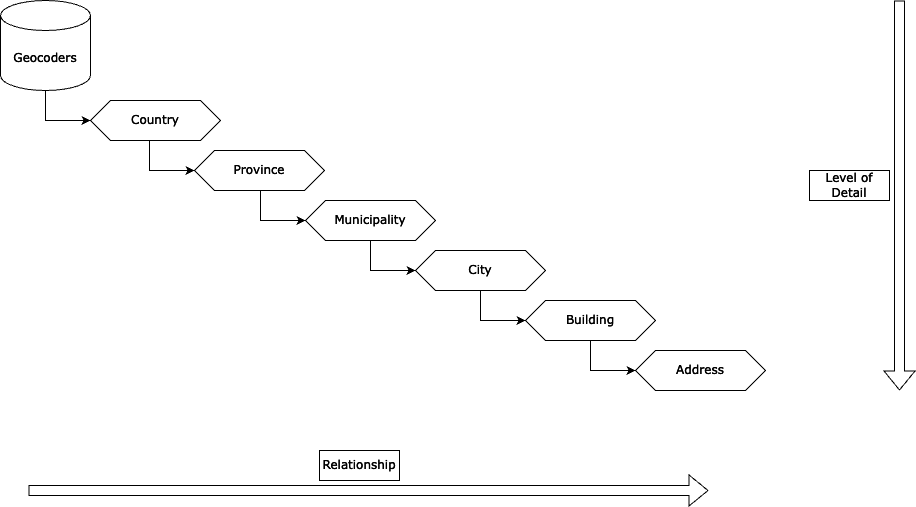
geocoders-io/documentation keeps this draw.io diagram as images/data-model-light.png. Above is the earlier version. Source tidied: cells renumbered, new cells last; positions are measured from the earlier drawing's top-left corner, leaving out a move shared by most shapes.
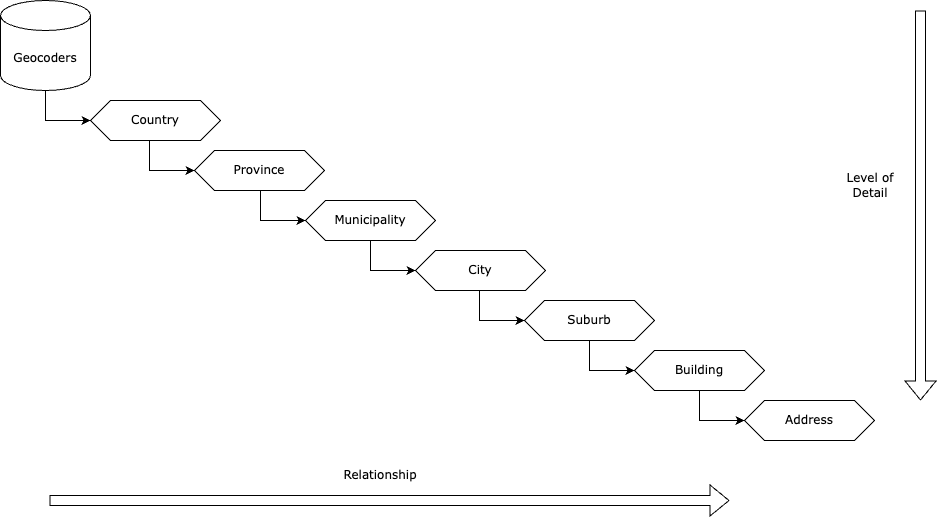
Later version of the same file.

What changed in the source:
```diff
@@ -2,91 +2,102 @@
   <root>
     <mxCell id="0" />
     <mxCell id="1" parent="0" />
-    <mxCell id="2" value="&lt;font face=&quot;Verdana&quot;&gt;Geocoders&lt;/font&gt;" style="shape=cylinder3;whiteSpace=wrap;html=1;boundedLbl=1;backgroundOutline=1;size=15;fillColor=none;strokeColor=#FFFFFF;fontColor=#FFFFFF;" parent="1" vertex="1">
+    <mxCell id="2" value="&lt;font face=&quot;Verdana&quot;&gt;Geocoders&lt;/font&gt;" style="shape=cylinder3;whiteSpace=wrap;html=1;boundedLbl=1;backgroundOutline=1;size=15;fillColor=none;" parent="1" vertex="1">
       <mxGeometry width="90" height="90" as="geometry" />
     </mxCell>
-    <mxCell id="3" value="&lt;font face=&quot;Verdana&quot;&gt;Country&lt;/font&gt;" style="shape=hexagon;perimeter=hexagonPerimeter2;whiteSpace=wrap;html=1;fixedSize=1;fillColor=none;strokeColor=#FFFFFF;fontColor=#FFFFFF;" parent="1" vertex="1">
+    <mxCell id="3" value="&lt;font face=&quot;Verdana&quot;&gt;Country&lt;/font&gt;" style="shape=hexagon;perimeter=hexagonPerimeter2;whiteSpace=wrap;html=1;fixedSize=1;fillColor=none;" parent="1" vertex="1">
       <mxGeometry x="90" y="100" width="130" height="40" as="geometry" />
     </mxCell>
-    <mxCell id="4" style="endArrow=classic;html=1;rounded=0;exitX=0.5;exitY=1;exitDx=0;exitDy=0;exitPerimeter=0;entryX=0;entryY=0.5;entryDx=0;entryDy=0;strokeColor=#FFFFFF;fontColor=#FFFFFF;" parent="1" edge="1" source="2" target="3">
+    <mxCell id="4" style="endArrow=classic;html=1;rounded=0;exitX=0.5;exitY=1;exitDx=0;exitDy=0;exitPerimeter=0;entryX=0;entryY=0.5;entryDx=0;entryDy=0;" parent="1" edge="1" source="2" target="3">
       <mxGeometry relative="1" as="geometry">
         <Array as="points">
           <mxPoint x="45" y="120" />
         </Array>
       </mxGeometry>
     </mxCell>
-    <mxCell id="5" value="&lt;font face=&quot;Verdana&quot;&gt;Province&lt;/font&gt;" style="shape=hexagon;perimeter=hexagonPerimeter2;whiteSpace=wrap;html=1;fixedSize=1;fillColor=none;strokeColor=#FFFFFF;fontColor=#FFFFFF;" parent="1" vertex="1">
+    <mxCell id="5" value="&lt;font face=&quot;Verdana&quot;&gt;Province&lt;/font&gt;" style="shape=hexagon;perimeter=hexagonPerimeter2;whiteSpace=wrap;html=1;fixedSize=1;fillColor=none;" parent="1" vertex="1">
       <mxGeometry x="194" y="150" width="130" height="40" as="geometry" />
     </mxCell>
-    <mxCell id="6" style="endArrow=classic;html=1;rounded=0;exitX=0.5;exitY=1;exitDx=0;exitDy=0;exitPerimeter=0;entryX=0;entryY=0.5;entryDx=0;entryDy=0;strokeColor=#FFFFFF;fontColor=#FFFFFF;" parent="1" edge="1" target="5">
-      <mxGeometry relative="1" as="geometry">
-        <mxPoint x="149" y="140" as="sourcePoint" />
-        <Array as="points">
-          <mxPoint x="149" y="170" />
-        </Array>
-      </mxGeometry>
-    </mxCell>
+    <mxCell id="19" style="endArrow=classic;html=1;rounded=0;exitX=0.5;exitY=1;exitDx=0;exitDy=0;exitPerimeter=0;entryX=0;entryY=0.5;entryDx=0;entryDy=0;" parent="1" edge="1" target="5">
+      <mxGeometry relative="1" as="geometry">
+        <mxPoint x="149" y="140" as="sourcePoint" />
+        <Array as="points">
+          <mxPoint x="149" y="170" />
+        </Array>
+      </mxGeometry>
+    </mxCell>
-    <mxCell id="7" value="&lt;font face=&quot;Verdana&quot;&gt;Municipality&lt;/font&gt;" style="shape=hexagon;perimeter=hexagonPerimeter2;whiteSpace=wrap;html=1;fixedSize=1;fillColor=none;strokeColor=#FFFFFF;fontColor=#FFFFFF;" parent="1" vertex="1">
+    <mxCell id="7" value="&lt;font face=&quot;Verdana&quot;&gt;Municipality&lt;/font&gt;" style="shape=hexagon;perimeter=hexagonPerimeter2;whiteSpace=wrap;html=1;fixedSize=1;fillColor=none;" parent="1" vertex="1">
       <mxGeometry x="305" y="200" width="130" height="40" as="geometry" />
     </mxCell>
-    <mxCell id="8" style="endArrow=classic;html=1;rounded=0;exitX=0.5;exitY=1;exitDx=0;exitDy=0;exitPerimeter=0;entryX=0;entryY=0.5;entryDx=0;entryDy=0;strokeColor=#FFFFFF;fontColor=#FFFFFF;" parent="1" edge="1" target="7">
-      <mxGeometry relative="1" as="geometry">
-        <mxPoint x="260" y="190" as="sourcePoint" />
-        <Array as="points">
-          <mxPoint x="260" y="220" />
-        </Array>
-      </mxGeometry>
-    </mxCell>
+    <mxCell id="20" style="endArrow=classic;html=1;rounded=0;exitX=0.5;exitY=1;exitDx=0;exitDy=0;exitPerimeter=0;entryX=0;entryY=0.5;entryDx=0;entryDy=0;" parent="1" edge="1" target="7">
+      <mxGeometry relative="1" as="geometry">
+        <mxPoint x="260" y="190" as="sourcePoint" />
+        <Array as="points">
+          <mxPoint x="260" y="220" />
+        </Array>
+      </mxGeometry>
+    </mxCell>
-    <mxCell id="9" value="&lt;font face=&quot;Verdana&quot;&gt;City&lt;/font&gt;" style="shape=hexagon;perimeter=hexagonPerimeter2;whiteSpace=wrap;html=1;fixedSize=1;fillColor=none;strokeColor=#FFFFFF;fontColor=#FFFFFF;" parent="1" vertex="1">
+    <mxCell id="9" value="&lt;font face=&quot;Verdana&quot;&gt;City&lt;/font&gt;" style="shape=hexagon;perimeter=hexagonPerimeter2;whiteSpace=wrap;html=1;fixedSize=1;fillColor=none;" parent="1" vertex="1">
       <mxGeometry x="415" y="250" width="130" height="40" as="geometry" />
     </mxCell>
-    <mxCell id="10" style="endArrow=classic;html=1;rounded=0;exitX=0.5;exitY=1;exitDx=0;exitDy=0;exitPerimeter=0;entryX=0;entryY=0.5;entryDx=0;entryDy=0;strokeColor=#FFFFFF;fontColor=#FFFFFF;" parent="1" edge="1" target="9">
-      <mxGeometry relative="1" as="geometry">
-        <mxPoint x="370" y="240" as="sourcePoint" />
-        <Array as="points">
-          <mxPoint x="370" y="270" />
-        </Array>
-      </mxGeometry>
-    </mxCell>
+    <mxCell id="21" style="endArrow=classic;html=1;rounded=0;exitX=0.5;exitY=1;exitDx=0;exitDy=0;exitPerimeter=0;entryX=0;entryY=0.5;entryDx=0;entryDy=0;" parent="1" edge="1" target="9">
+      <mxGeometry relative="1" as="geometry">
+        <mxPoint x="370" y="240" as="sourcePoint" />
+        <Array as="points">
+          <mxPoint x="370" y="270" />
+        </Array>
+      </mxGeometry>
+    </mxCell>
-    <mxCell id="11" value="&lt;font face=&quot;Verdana&quot;&gt;Building&lt;/font&gt;" style="shape=hexagon;perimeter=hexagonPerimeter2;whiteSpace=wrap;html=1;fixedSize=1;fillColor=none;strokeColor=#FFFFFF;fontColor=#FFFFFF;" parent="1" vertex="1">
-      <mxGeometry x="525" y="300" width="130" height="40" as="geometry" />
+    <mxCell id="11" value="&lt;font face=&quot;Verdana&quot;&gt;Building&lt;/font&gt;" style="shape=hexagon;perimeter=hexagonPerimeter2;whiteSpace=wrap;html=1;fixedSize=1;fillColor=none;" parent="1" vertex="1">
+      <mxGeometry x="634" y="350" width="130" height="40" as="geometry" />
     </mxCell>
-    <mxCell id="12" style="endArrow=classic;html=1;rounded=0;exitX=0.5;exitY=1;exitDx=0;exitDy=0;exitPerimeter=0;entryX=0;entryY=0.5;entryDx=0;entryDy=0;strokeColor=#FFFFFF;fontColor=#FFFFFF;" parent="1" edge="1" target="11">
-      <mxGeometry relative="1" as="geometry">
-        <mxPoint x="480" y="290" as="sourcePoint" />
-        <Array as="points">
-          <mxPoint x="480" y="320" />
-        </Array>
-      </mxGeometry>
-    </mxCell>
+    <mxCell id="22" style="endArrow=classic;html=1;rounded=0;exitX=0.5;exitY=1;exitDx=0;exitDy=0;exitPerimeter=0;entryX=0;entryY=0.5;entryDx=0;entryDy=0;" parent="1" edge="1" target="11">
+      <mxGeometry relative="1" as="geometry">
+        <mxPoint x="589" y="340" as="sourcePoint" />
+        <Array as="points">
+          <mxPoint x="589" y="370" />
+        </Array>
+      </mxGeometry>
+    </mxCell>
-    <mxCell id="13" value="&lt;font face=&quot;Verdana&quot;&gt;Address&lt;/font&gt;" style="shape=hexagon;perimeter=hexagonPerimeter2;whiteSpace=wrap;html=1;fixedSize=1;fillColor=none;strokeColor=#FFFFFF;fontColor=#FFFFFF;" parent="1" vertex="1">
-      <mxGeometry x="635" y="350" width="130" height="40" as="geometry" />
+    <mxCell id="13" value="&lt;font face=&quot;Verdana&quot;&gt;Address&lt;/font&gt;" style="shape=hexagon;perimeter=hexagonPerimeter2;whiteSpace=wrap;html=1;fixedSize=1;fillColor=none;" parent="1" vertex="1">
+      <mxGeometry x="744" y="400" width="130" height="40" as="geometry" />
     </mxCell>
-    <mxCell id="14" style="endArrow=classic;html=1;rounded=0;exitX=0.5;exitY=1;exitDx=0;exitDy=0;exitPerimeter=0;entryX=0;entryY=0.5;entryDx=0;entryDy=0;strokeColor=#FFFFFF;fontColor=#FFFFFF;" parent="1" edge="1" target="13">
-      <mxGeometry relative="1" as="geometry">
-        <mxPoint x="590" y="340" as="sourcePoint" />
-        <Array as="points">
-          <mxPoint x="590" y="370" />
-        </Array>
-      </mxGeometry>
-    </mxCell>
-    <mxCell id="15" style="shape=flexArrow;endArrow=classic;html=1;rounded=0;strokeColor=#FFFFFF;fontColor=#FFFFFF;" parent="1" edge="1">
-      <mxGeometry relative="1" as="geometry">
-        <mxPoint x="28" y="490" as="sourcePoint" />
-        <mxPoint x="708" y="490" as="targetPoint" />
-      </mxGeometry>
-    </mxCell>
+    <mxCell id="23" style="endArrow=classic;html=1;rounded=0;exitX=0.5;exitY=1;exitDx=0;exitDy=0;exitPerimeter=0;entryX=0;entryY=0.5;entryDx=0;entryDy=0;" parent="1" edge="1" target="13">
+      <mxGeometry relative="1" as="geometry">
+        <mxPoint x="699" y="390" as="sourcePoint" />
+        <Array as="points">
+          <mxPoint x="699" y="420" />
+        </Array>
+      </mxGeometry>
+    </mxCell>
+    <mxCell id="24" style="shape=flexArrow;endArrow=classic;html=1;rounded=0;" parent="1" edge="1">
+      <mxGeometry relative="1" as="geometry">
+        <mxPoint x="49" y="500" as="sourcePoint" />
+        <mxPoint x="729" y="500" as="targetPoint" />
+      </mxGeometry>
+    </mxCell>
-    <mxCell id="16" value="&lt;font face=&quot;Verdana&quot;&gt;Relationship&lt;/font&gt;" style="text;html=1;align=center;verticalAlign=middle;whiteSpace=wrap;rounded=0;strokeColor=#FFFFFF;fontColor=#FFFFFF;" parent="1" vertex="1">
-      <mxGeometry x="319" y="450" width="80" height="30" as="geometry" />
+    <mxCell id="16" value="&lt;font face=&quot;Verdana&quot;&gt;Relationship&lt;/font&gt;" style="text;html=1;align=center;verticalAlign=middle;whiteSpace=wrap;rounded=0;" parent="1" vertex="1">
+      <mxGeometry x="340" y="460" width="80" height="30" as="geometry" />
     </mxCell>
-    <mxCell id="17" style="shape=flexArrow;endArrow=classic;html=1;rounded=0;strokeColor=#FFFFFF;fontColor=#FFFFFF;" parent="1" edge="1">
-      <mxGeometry relative="1" as="geometry">
-        <mxPoint x="899" as="sourcePoint" />
-        <mxPoint x="899" y="390" as="targetPoint" />
-      </mxGeometry>
-    </mxCell>
+    <mxCell id="25" style="shape=flexArrow;endArrow=classic;html=1;rounded=0;" parent="1" edge="1">
+      <mxGeometry relative="1" as="geometry">
+        <mxPoint x="920" y="10" as="sourcePoint" />
+        <mxPoint x="920" y="400" as="targetPoint" />
+      </mxGeometry>
+    </mxCell>
-    <mxCell id="18" value="&lt;font face=&quot;Verdana&quot;&gt;Level&amp;nbsp;&lt;/font&gt;&lt;span style=&quot;font-family: Verdana; background-color: initial;&quot;&gt;of Detail&lt;/span&gt;" style="text;html=1;align=center;verticalAlign=middle;whiteSpace=wrap;rounded=0;strokeColor=#FFFFFF;fontColor=#FFFFFF;" parent="1" vertex="1">
-      <mxGeometry x="809" y="170" width="80" height="30" as="geometry" />
+    <mxCell id="18" value="&lt;font face=&quot;Verdana&quot;&gt;Level&amp;nbsp;&lt;/font&gt;&lt;span style=&quot;font-family: Verdana; background-color: initial;&quot;&gt;of Detail&lt;/span&gt;" style="text;html=1;align=center;verticalAlign=middle;whiteSpace=wrap;rounded=0;" parent="1" vertex="1">
+      <mxGeometry x="830" y="170" width="80" height="30" as="geometry" />
     </mxCell>
+    <mxCell id="26" value="&lt;font face=&quot;Verdana&quot;&gt;Suburb&lt;/font&gt;" style="shape=hexagon;perimeter=hexagonPerimeter2;whiteSpace=wrap;html=1;fixedSize=1;fillColor=none;" parent="1" vertex="1">
+      <mxGeometry x="524" y="300" width="130" height="40" as="geometry" />
+    </mxCell>
+    <mxCell id="27" style="endArrow=classic;html=1;rounded=0;exitX=0.5;exitY=1;exitDx=0;exitDy=0;exitPerimeter=0;entryX=0;entryY=0.5;entryDx=0;entryDy=0;" parent="1" edge="1" target="26">
+      <mxGeometry relative="1" as="geometry">
+        <mxPoint x="479" y="290" as="sourcePoint" />
+        <Array as="points">
+          <mxPoint x="479" y="320" />
+        </Array>
+      </mxGeometry>
+    </mxCell>
   </root>
 </mxGraphModel>
```
